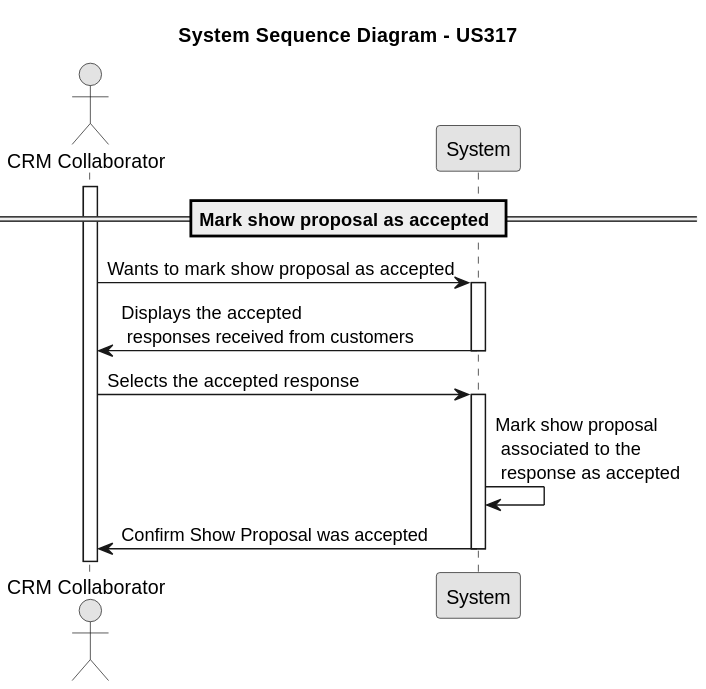
Before: docs/Sprint3/us_317/images/system-sequence-diagram-US317.svg, a diagram exported from PlantUML (rubenFreitas1/ISEP-LAPR4-2024-2025).
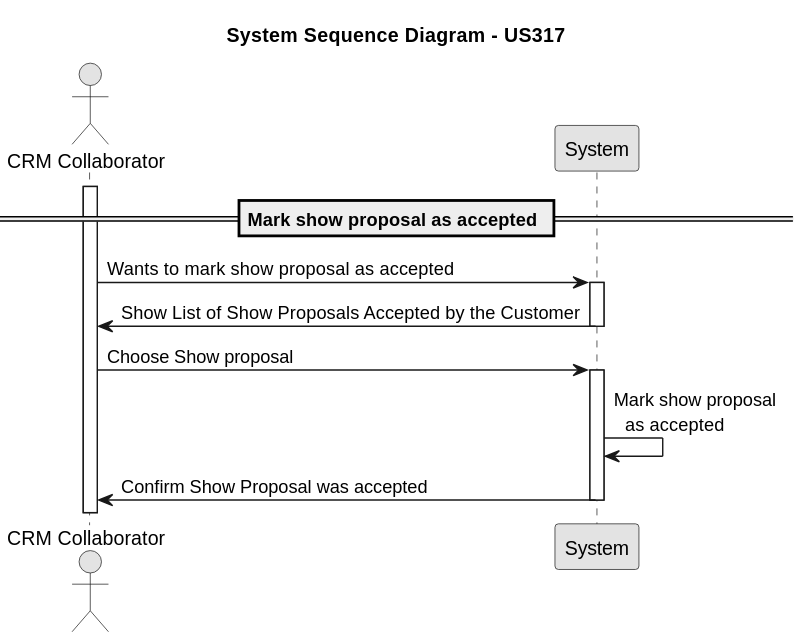
After the change.

What changed in the source:
```diff
@@ -14,12 +14,12 @@
 crmCollaborator -> system : Wants to mark show proposal as accepted
 activate system
 
-system -> crmCollaborator : Displays the accepted\n responses received from customers
+system -> crmCollaborator :  Show List of Show Proposals Accepted by the Customer
 deactivate system
-crmCollaborator -> system : Selects the accepted response
+crmCollaborator -> system : Choose Show proposal
 
 activate system
-system -> system: Mark show proposal\n associated to the\n response as accepted
+system -> system: Mark show proposal\n  as accepted
 system -> crmCollaborator : Confirm Show Proposal was accepted
 deactivate system
 @enduml
```
